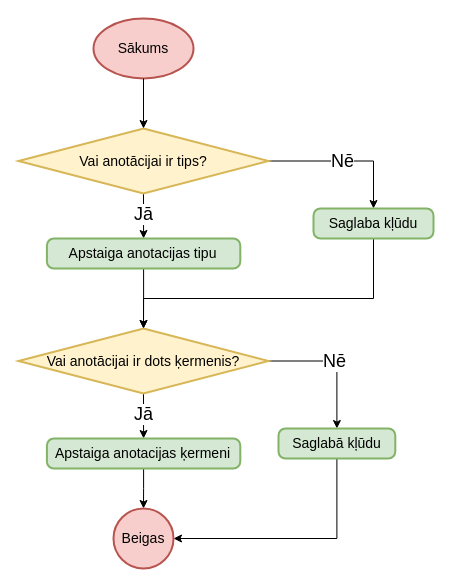
This is page "Anotācijas satura kompilēšana" (7 of 10) of src/Kvalifikacijas darbs/Diagrammas/Kompilators/Metodes.drawio from artiks12/webAppOS, a draw.io file, before an edit. Source tidied: cells renumbered, new cells numbered last; positions are measured from the earlier drawing's top-left corner, leaving out a move shared by most shapes. Both pictures are drawn from the tidied source at 100%, with x=0, y=0 at pixel (18, 18).
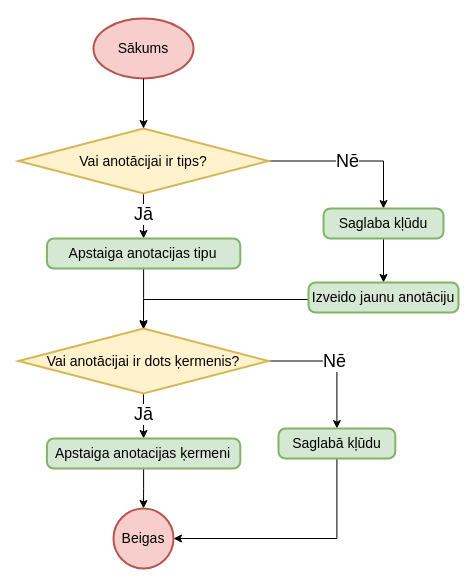
The same diagram, later.

Unchanged cells that the change refers to:
```xml
<mxCell id="7" value="Vai anotācijai ir tips?" style="strokeWidth=2;html=1;shape=mxgraph.flowchart.decision;whiteSpace=wrap;fontSize=14;fillColor=#fff2cc;strokeColor=#d6b656;" parent="1" vertex="1">
  <mxGeometry y="110" width="250" height="65" as="geometry" />
</mxCell>
<mxCell id="15" value="Vai anotācijai ir dots ķermenis?" style="strokeWidth=2;html=1;shape=mxgraph.flowchart.decision;whiteSpace=wrap;fontSize=14;fillColor=#fff2cc;strokeColor=#d6b656;" parent="1" vertex="1">
  <mxGeometry y="310" width="250" height="65" as="geometry" />
</mxCell>
```

Change to the diagram source:
```diff
@@
     <mxCell id="3" style="edgeStyle=orthogonalEdgeStyle;rounded=0;jettySize=auto;html=1;exitX=1;exitY=0.5;exitDx=0;exitDy=0;exitPerimeter=0;entryX=0.5;entryY=0;entryDx=0;entryDy=0;" parent="1" edge="1" source="7" target="10">
       <mxGeometry relative="1" as="geometry">
         <Array as="points">
-          <mxPoint x="355.5" y="143" />
+          <mxPoint x="365" y="142" />
         </Array>
       </mxGeometry>
     </mxCell>
@@
-    <mxCell id="9" style="edgeStyle=orthogonalEdgeStyle;rounded=0;jettySize=auto;html=1;entryX=0.5;entryY=0;entryDx=0;entryDy=0;entryPerimeter=0;exitX=0.5;exitY=1;exitDx=0;exitDy=0;" parent="1" edge="1" source="10" target="15">
+    <mxCell id="9" style="edgeStyle=orthogonalEdgeStyle;rounded=0;orthogonalLoop=1;jettySize=auto;html=1;entryX=0.5;entryY=0;entryDx=0;entryDy=0;entryPerimeter=0;exitX=0;exitY=0.5;exitDx=0;exitDy=0;" parent="1" edge="1">
       <mxGeometry relative="1" as="geometry">
+        <mxPoint x="290" y="281" as="sourcePoint" />
+        <mxPoint x="125" y="311" as="targetPoint" />
         <Array as="points">
-          <mxPoint x="355" y="280" />
-          <mxPoint x="125" y="280" />
+          <mxPoint x="125" y="281" />
         </Array>
       </mxGeometry>
     </mxCell>
+    <mxCell id="23" style="edgeStyle=orthogonalEdgeStyle;rounded=0;jettySize=auto;html=1;entryX=0.5;entryY=0;entryDx=0;entryDy=0;" parent="1" edge="1" source="10" target="24">
+      <mxGeometry relative="1" as="geometry" />
+    </mxCell>
     <mxCell id="10" value="Saglaba kļūdu" style="rounded=1;whiteSpace=wrap;html=1;absoluteArcSize=1;arcSize=14;strokeWidth=2;fontSize=14;fillColor=#d5e8d4;strokeColor=#82b366;" parent="1" vertex="1">
-      <mxGeometry x="295" y="190" width="120" height="30" as="geometry" />
+      <mxGeometry x="305" y="190" width="120" height="30" as="geometry" />
     </mxCell>
@@
+    <mxCell id="24" value="Izveido jaunu anotāciju" style="rounded=1;whiteSpace=wrap;html=1;absoluteArcSize=1;arcSize=14;strokeWidth=2;fontSize=14;fillColor=#d5e8d4;strokeColor=#82b366;" parent="1" vertex="1">
+      <mxGeometry x="290" y="264" width="150" height="30" as="geometry" />
+    </mxCell>
```
